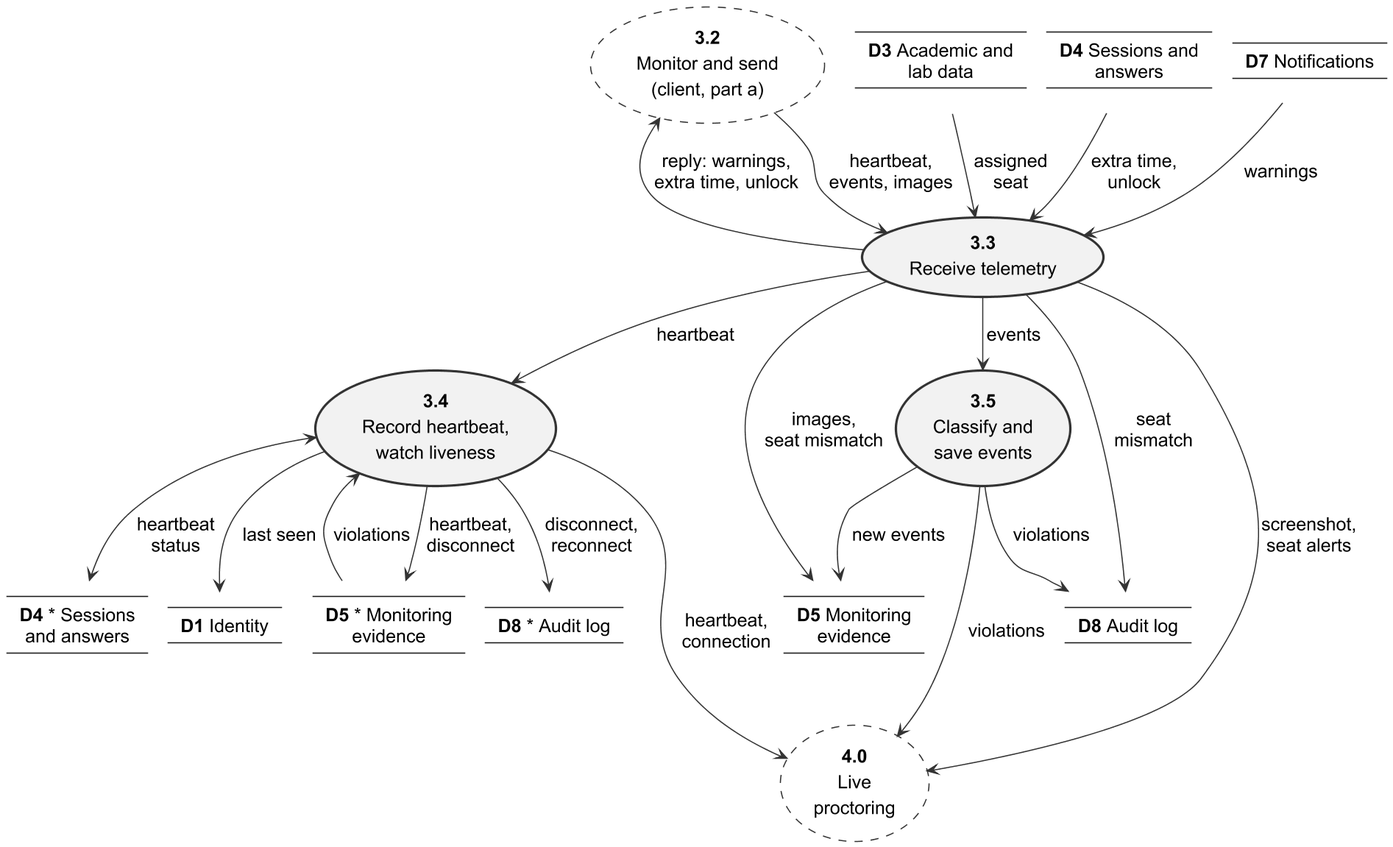
Before: important docs/fyp_doc_3chatp_redrawn/Figures/dfd_level_2_api.png, a diagram exported from PlantUML (Haiderali27-hub/AI-Lab-Monitoring-).
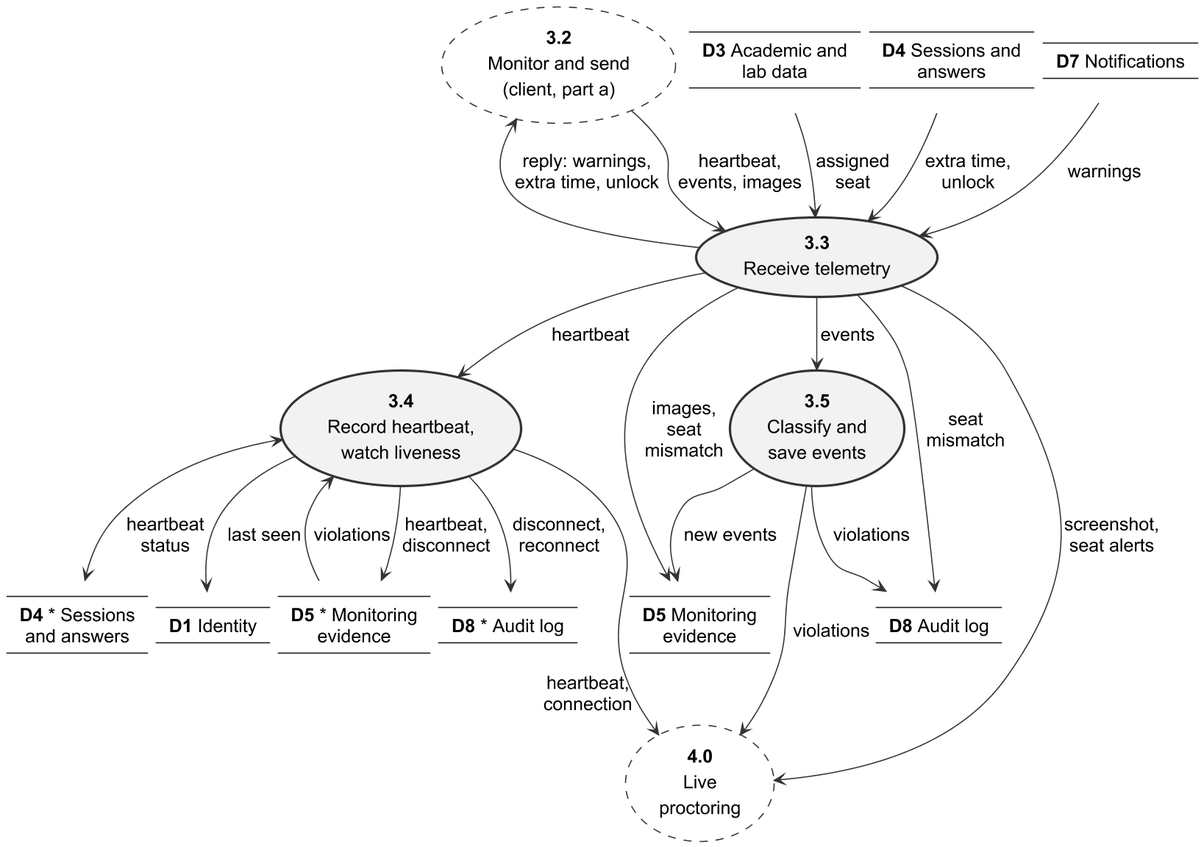
After the change.

What changed in the source:
```diff
@@ -2,7 +2,7 @@
 !include style.iuml
 skinparam defaultFontSize 16
 skinparam ArrowFontSize 16
-skinparam nodesep 16
+skinparam nodesep 6
 skinparam ranksep 40
 skinparam defaultTextAlignment center
 skinparam rectangle<<entity>> {
@@ -89,7 +89,7 @@
 D7 --> P33 : warnings
 P33 --> P34 : heartbeat
 P33 --> P35 : events
-P33 --> D5 : images,\nseat mismatch
+P33 --> D5 : images,\nseat\nmismatch
 P33 --> D8 : seat\nmismatch
 P33 --> P4 : screenshot,\nseat alerts
 
@@ -98,7 +98,7 @@
 P34 <-- D5b : violations
 P34 --> D5b : heartbeat,\ndisconnect
 P34 --> D8b : disconnect,\nreconnect
-P34 --> P4 : heartbeat,\nconnection
+P34 --> "heartbeat,\nconnection" P4
 
 P35 --> D5 : new events
 P35 --> D8 : violations
```
